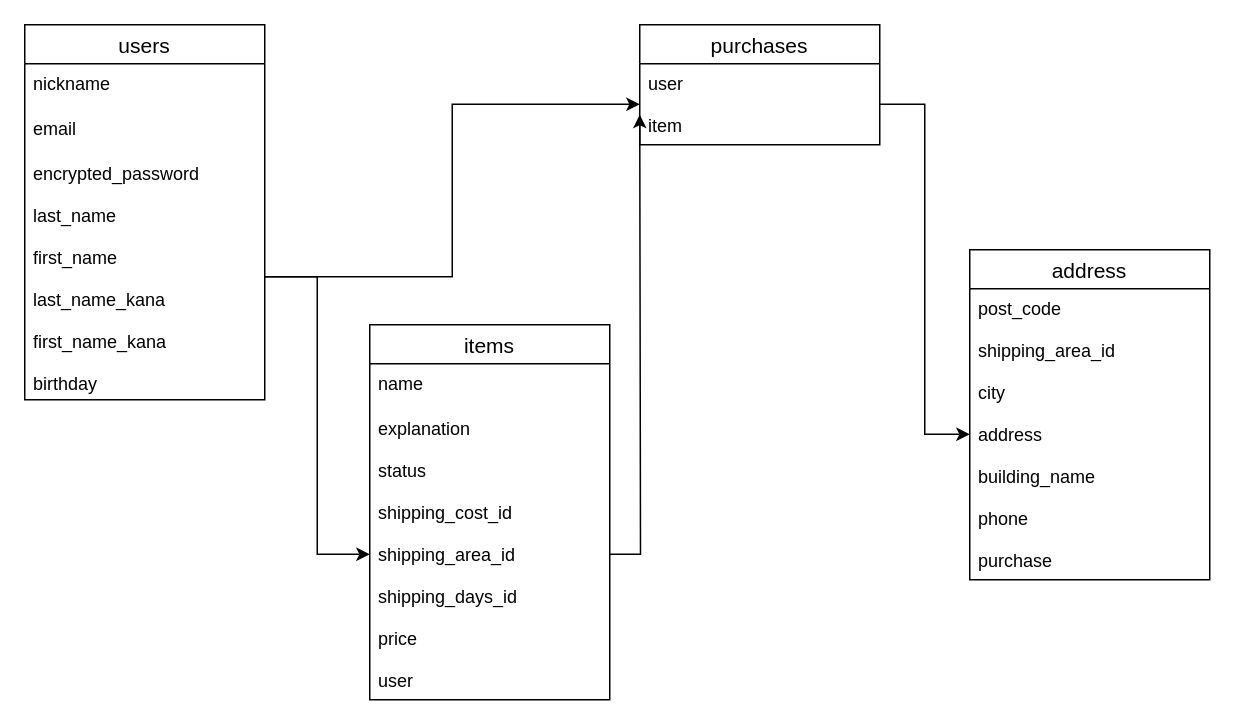
This is ER.dio from takuyahori/furima-35655, a draw.io file, before an edit. Source tidied: cells renumbered, new cells numbered last; positions are measured from the earlier drawing's top-left corner, leaving out a move shared by most shapes. Both pictures are drawn from the tidied source at 150%, with x=0, y=0 at pixel (24, 24).
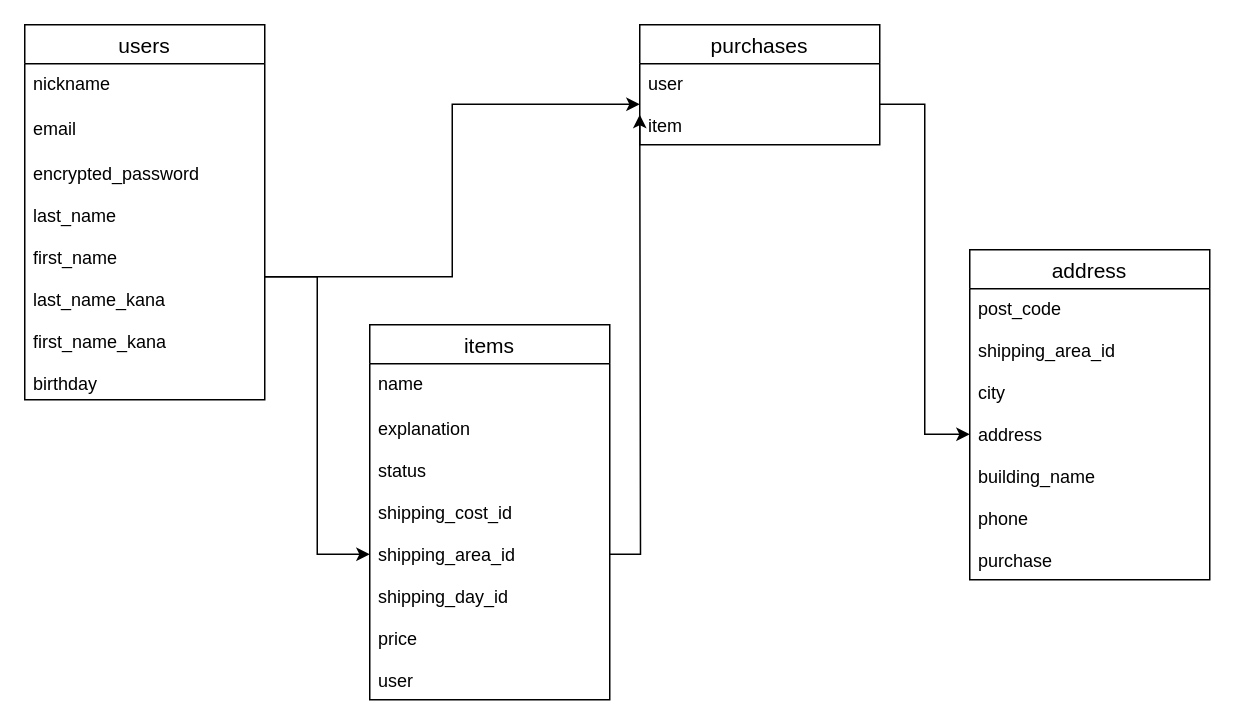
The same page after the edit.

The edit, as a diff of the source:
```diff
@@
 <mxGraphModel>
   <root>
     <mxCell id="0" />
     <mxCell id="1" parent="0" />
     <mxCell id="2" value="users" style="swimlane;fontStyle=0;horizontal=1;startSize=26;align=center;fontSize=14;" parent="1" vertex="1">
       <mxGeometry width="160" height="250" as="geometry" />
     </mxCell>
     <mxCell id="3" value="nickname" style="text;strokeColor=none;fillColor=none;spacingLeft=4;spacingRight=4;overflow=hidden;fontSize=12;" parent="2" vertex="1">
       <mxGeometry y="26" width="160" height="30" as="geometry" />
     </mxCell>
     <mxCell id="4" value="email" style="text;strokeColor=none;fillColor=none;spacingLeft=4;spacingRight=4;overflow=hidden;fontSize=12;" parent="2" vertex="1">
       <mxGeometry y="56" width="160" height="30" as="geometry" />
     </mxCell>
     <mxCell id="5" value="encrypted_password&#10;&#10;last_name&#10;&#10;first_name&#10;&#10;last_name_kana&#10;&#10;first_name_kana&#10;&#10;birthday" style="text;strokeColor=none;fillColor=none;spacingLeft=4;spacingRight=4;overflow=hidden;points=[[0,0.5],[1,0.5]];portConstraint=eastwest;fontSize=12;" parent="2" vertex="1">
       <mxGeometry y="86" width="160" height="164" as="geometry" />
     </mxCell>
     <mxCell id="6" style="edgeStyle=orthogonalEdgeStyle;rounded=0;orthogonalLoop=1;jettySize=auto;html=1;exitX=1;exitY=0.5;exitDx=0;exitDy=0;" parent="2" edge="1" source="5" target="5">
       <mxGeometry relative="1" as="geometry" />
     </mxCell>
     <mxCell id="7" value="items" style="swimlane;fontStyle=0;horizontal=1;startSize=26;align=center;fontSize=14;" parent="1" vertex="1">
       <mxGeometry x="230" y="200" width="160" height="250" as="geometry" />
     </mxCell>
     <mxCell id="8" value="name" style="text;strokeColor=none;fillColor=none;spacingLeft=4;spacingRight=4;overflow=hidden;fontSize=12;" parent="7" vertex="1">
       <mxGeometry y="26" width="160" height="30" as="geometry" />
     </mxCell>
-    <mxCell id="9" value="explanation&#10;&#10;status&#10;&#10;shipping_cost_id&#10;&#10;shipping_area_id&#10;&#10;shipping_days_id&#10;&#10;price&#10;&#10;user" style="text;strokeColor=none;fillColor=none;spacingLeft=4;spacingRight=4;overflow=hidden;points=[[0,0.5],[1,0.5]];portConstraint=eastwest;fontSize=12;" parent="7" vertex="1">
+    <mxCell id="9" value="explanation&#10;&#10;status&#10;&#10;shipping_cost_id&#10;&#10;shipping_area_id&#10;&#10;shipping_day_id&#10;&#10;price&#10;&#10;user" style="text;strokeColor=none;fillColor=none;spacingLeft=4;spacingRight=4;overflow=hidden;points=[[0,0.5],[1,0.5]];portConstraint=eastwest;fontSize=12;" parent="7" vertex="1">
       <mxGeometry y="56" width="160" height="194" as="geometry" />
     </mxCell>
     <mxCell id="10" value="purchases" style="swimlane;fontStyle=0;horizontal=1;startSize=26;align=center;fontSize=14;" parent="1" vertex="1">
       <mxGeometry x="410" width="160" height="80" as="geometry" />
     </mxCell>
     <mxCell id="11" value="user&#10;&#10;item" style="text;strokeColor=none;fillColor=none;spacingLeft=4;spacingRight=4;overflow=hidden;points=[[0,0.5],[1,0.5]];portConstraint=eastwest;fontSize=12;" parent="10" vertex="1">
       <mxGeometry y="26" width="160" height="54" as="geometry" />
     </mxCell>
     <mxCell id="12" value="address" style="swimlane;fontStyle=0;horizontal=1;startSize=26;align=center;fontSize=14;" parent="1" vertex="1">
       <mxGeometry x="630" y="150" width="160" height="220" as="geometry" />
     </mxCell>
     <mxCell id="13" value="post_code&#10;&#10;shipping_area_id&#10;&#10;city&#10;&#10;address&#10;&#10;building_name&#10;&#10;phone&#10;&#10;purchase" style="text;strokeColor=none;fillColor=none;spacingLeft=4;spacingRight=4;overflow=hidden;points=[[0,0.5],[1,0.5]];portConstraint=eastwest;fontSize=12;" parent="12" vertex="1">
       <mxGeometry y="26" width="160" height="194" as="geometry" />
     </mxCell>
     <mxCell id="14" style="edgeStyle=orthogonalEdgeStyle;rounded=0;jettySize=auto;html=1;exitX=1;exitY=0.5;exitDx=0;exitDy=0;" parent="1" edge="1" source="5" target="9">
       <mxGeometry relative="1" as="geometry" />
     </mxCell>
     <mxCell id="15" style="edgeStyle=orthogonalEdgeStyle;rounded=0;jettySize=auto;html=1;exitX=1;exitY=0.5;exitDx=0;exitDy=0;entryX=0;entryY=0.5;entryDx=0;entryDy=0;" parent="1" edge="1" source="5" target="11">
       <mxGeometry relative="1" as="geometry" />
     </mxCell>
     <mxCell id="16" style="edgeStyle=orthogonalEdgeStyle;rounded=0;jettySize=auto;html=1;exitX=1;exitY=0.5;exitDx=0;exitDy=0;" parent="1" edge="1" source="9">
       <mxGeometry relative="1" as="geometry">
         <mxPoint x="410" y="60" as="targetPoint" />
       </mxGeometry>
     </mxCell>
     <mxCell id="17" style="edgeStyle=orthogonalEdgeStyle;rounded=0;jettySize=auto;html=1;exitX=1;exitY=0.5;exitDx=0;exitDy=0;entryX=0;entryY=0.5;entryDx=0;entryDy=0;" parent="1" edge="1" source="11" target="13">
       <mxGeometry relative="1" as="geometry" />
     </mxCell>
   </root>
 </mxGraphModel>
```
